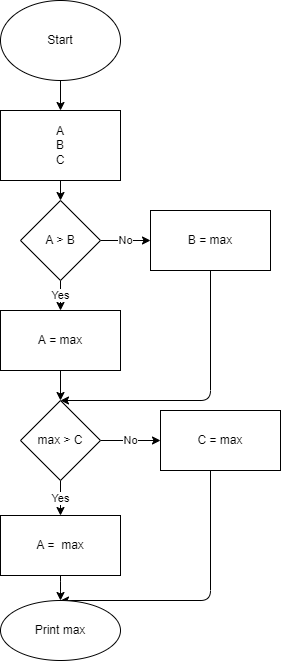
This is Lesson01/Task02/example.drawio.png from Gladun-D/Seminar1C, a draw.io export, as it was before one commit. Source tidied: cells renumbered, new cells last; positions are measured from the earlier drawing's top-left corner, leaving out a move shared by most shapes.
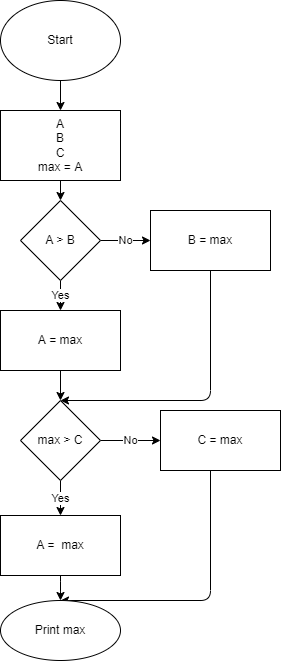
Above is the later version.

Commit message:
commit  Please enter the commit message for your changes. Lines starting

Diff of the diagram source:
```diff
@@ -11,7 +11,7 @@
     <mxCell id="4" style="edgeStyle=none;html=1;" parent="1" edge="1" source="5" target="8">
       <mxGeometry relative="1" as="geometry" />
     </mxCell>
-    <mxCell id="5" value="A&lt;br&gt;B&lt;br&gt;C&lt;br&gt;" style="whiteSpace=wrap;html=1;" parent="1" vertex="1">
+    <mxCell id="5" value="A&lt;br&gt;B&lt;br&gt;C&lt;br&gt;max = A" style="whiteSpace=wrap;html=1;" parent="1" vertex="1">
       <mxGeometry y="110" width="120" height="70" as="geometry" />
     </mxCell>
     <mxCell id="6" value="Yes" style="edgeStyle=none;html=1;" parent="1" edge="1" source="8" target="10">
```
